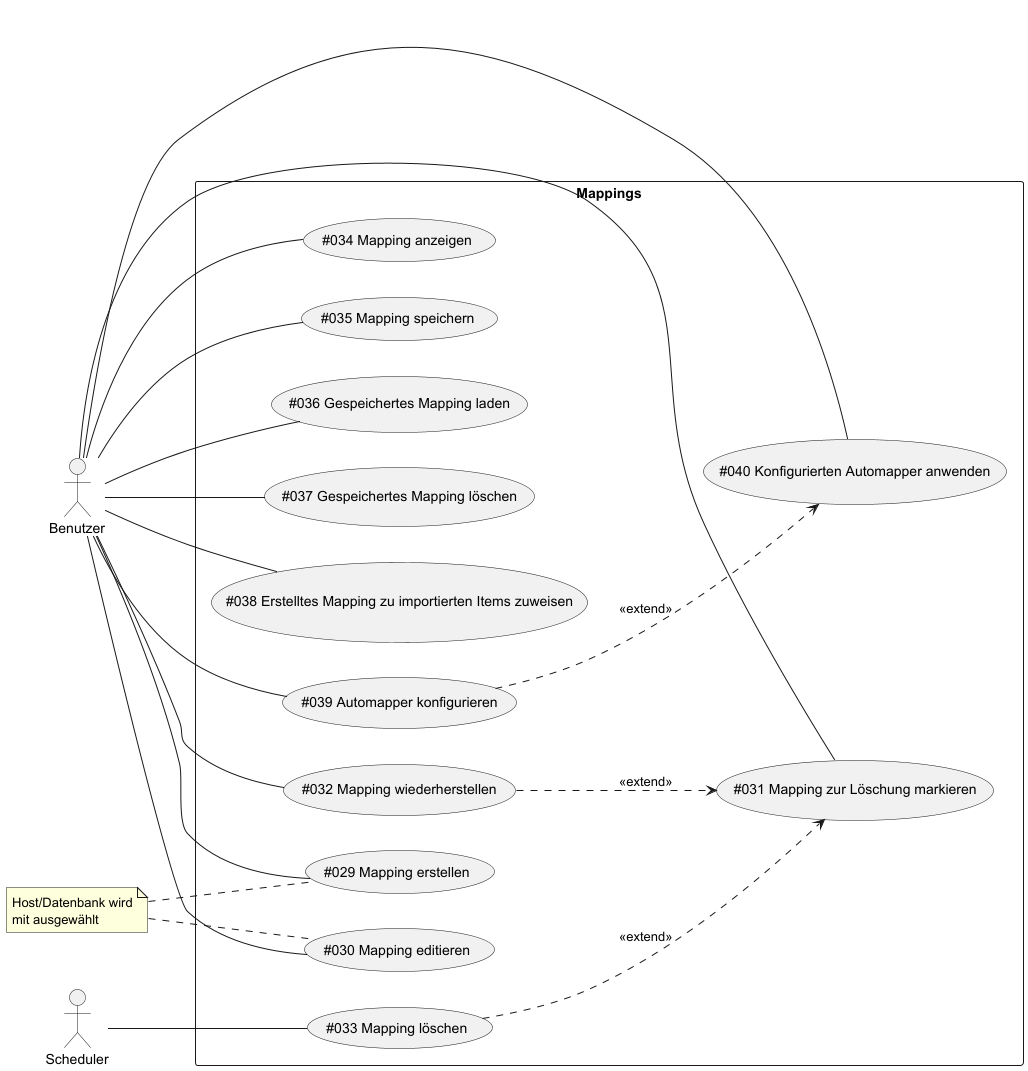
The PlantUML diagram data-integration-documentation/src/main/images/usecases/mappings.png in TuncerCatalkaya/data-integration, before a commit.
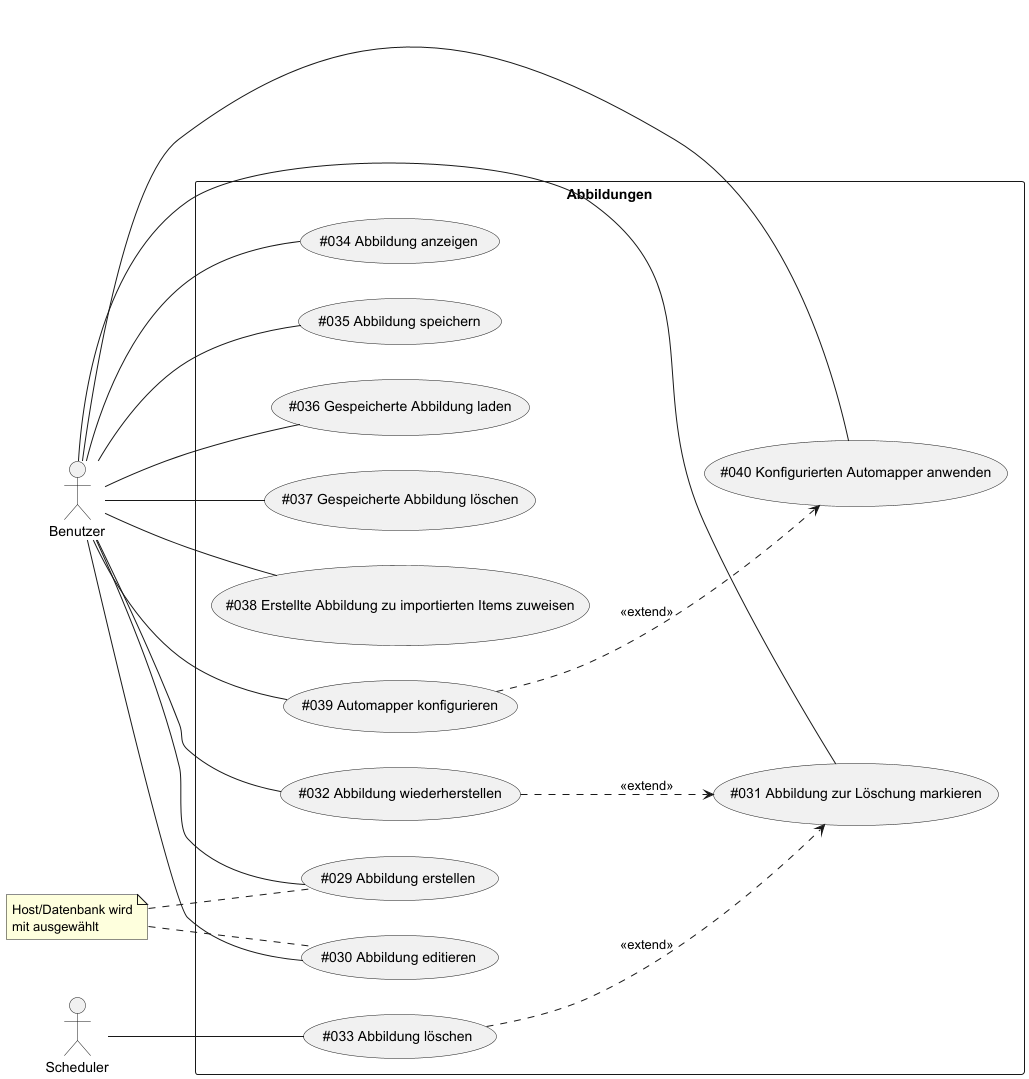
The same diagram one commit later.

The edit, as a diff of the source:
```diff
@@ -4,17 +4,17 @@
 actor Benutzer as Actor1
 actor Scheduler as Actor2
 
-rectangle Mappings {
-    (#029 Mapping erstellen) as (UC29)
-    (#030 Mapping editieren) as (UC30)
-    (#031 Mapping zur Löschung markieren) as (UC31)
-    (#032 Mapping wiederherstellen) as (UC32)
-    (#033 Mapping löschen) as (UC33)
-    (#034 Mapping anzeigen) as (UC34)
-    (#035 Mapping speichern) as (UC35)
-    (#036 Gespeichertes Mapping laden) as (UC36)
-    (#037 Gespeichertes Mapping löschen) as (UC37)
-    (#038 Erstelltes Mapping zu importierten Items zuweisen) as (UC38)
+rectangle Abbildungen {
+    (#029 Abbildung erstellen) as (UC29)
+    (#030 Abbildung editieren) as (UC30)
+    (#031 Abbildung zur Löschung markieren) as (UC31)
+    (#032 Abbildung wiederherstellen) as (UC32)
+    (#033 Abbildung löschen) as (UC33)
+    (#034 Abbildung anzeigen) as (UC34)
+    (#035 Abbildung speichern) as (UC35)
+    (#036 Gespeicherte Abbildung laden) as (UC36)
+    (#037 Gespeicherte Abbildung löschen) as (UC37)
+    (#038 Erstellte Abbildung zu importierten Items zuweisen) as (UC38)
     (#039 Automapper konfigurieren) as (UC39)
     (#040 Konfigurierten Automapper anwenden) as (UC40)
 }
```
